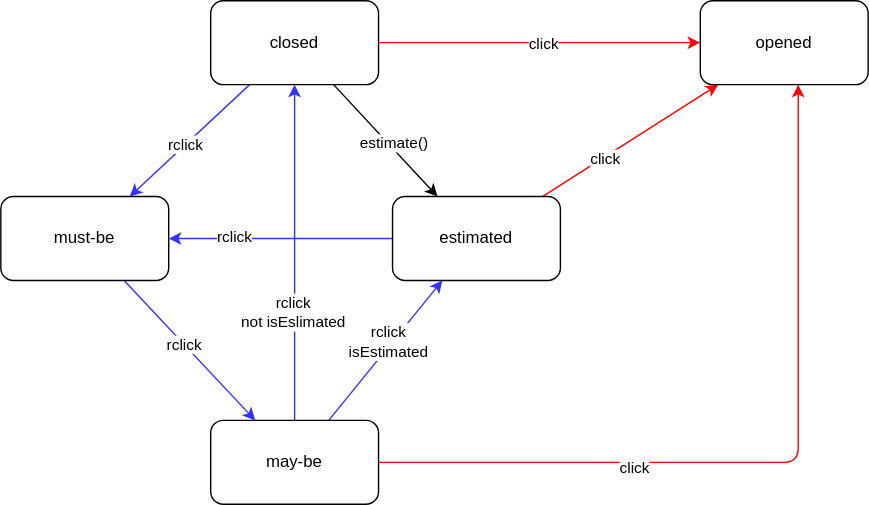
Earlier version of the draw.io export app/parts/mine.memo.drawio.svg (kazumatu981/minesweeper). Source tidied: cells renumbered, new cells last; positions are measured from the earlier drawing's top-left corner, leaving out a move shared by most shapes.
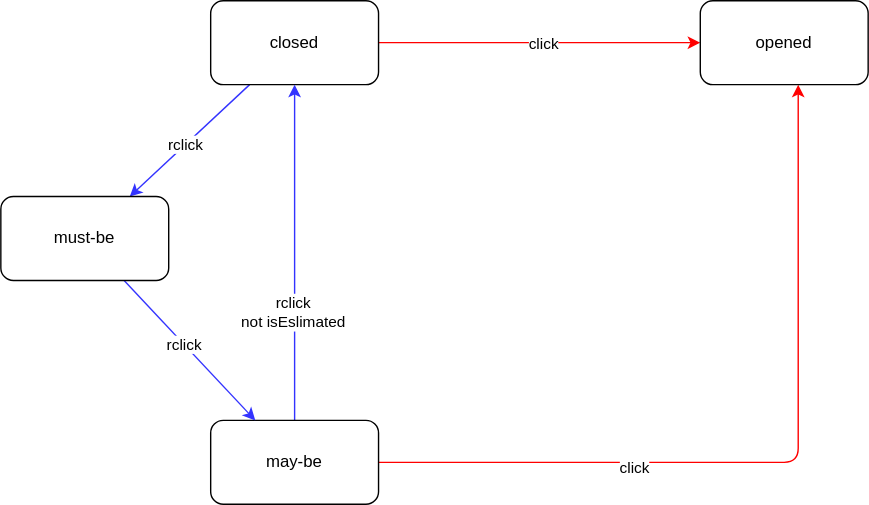
The same diagram one commit later.

Change to the diagram source:
```diff
@@ -8,12 +8,6 @@
     <mxCell id="3" value="rclick" style="edgeLabel;html=1;align=center;verticalAlign=middle;" parent="2" vertex="1">
       <mxGeometry x="0.07" relative="1" as="geometry" />
     </mxCell>
-    <mxCell id="4" style="edgeStyle=none;html=1;" parent="1" edge="1" source="8" target="23">
-      <mxGeometry relative="1" as="geometry" />
-    </mxCell>
-    <mxCell id="5" value="estimate()" style="edgeLabel;html=1;align=center;verticalAlign=middle;" parent="4" vertex="1">
-      <mxGeometry x="0.09" y="3" relative="1" as="geometry" />
-    </mxCell>
     <mxCell id="6" style="edgeStyle=none;html=1;strokeColor=#FF0000;" parent="1" edge="1" source="8" target="24">
       <mxGeometry relative="1" as="geometry" />
     </mxCell>
@@ -29,12 +23,6 @@
     <mxCell id="10" value="&lt;div&gt;rclick&lt;br&gt;not isEslimated&lt;/div&gt;" style="edgeLabel;html=1;align=center;verticalAlign=middle;" parent="9" vertex="1">
       <mxGeometry x="-0.35" y="2" relative="1" as="geometry" />
     </mxCell>
-    <mxCell id="11" style="edgeStyle=none;html=1;strokeColor=#3333FF;" parent="1" edge="1" source="15" target="23">
-      <mxGeometry relative="1" as="geometry" />
-    </mxCell>
-    <mxCell id="12" value="&lt;div&gt;rclick&lt;/div&gt;isEstimated" style="edgeLabel;html=1;align=center;verticalAlign=middle;" parent="11" vertex="1">
-      <mxGeometry x="0.11" y="3" relative="1" as="geometry" />
-    </mxCell>
     <mxCell id="13" style="edgeStyle=elbowEdgeStyle;html=1;strokeColor=#FF0000;" parent="1" edge="1" source="15" target="24">
       <mxGeometry relative="1" as="geometry">
         <Array as="points">
@@ -57,21 +45,6 @@
     <mxCell id="18" value="must-be" style="rounded=1;whiteSpace=wrap;html=1;" parent="1" vertex="1">
       <mxGeometry y="140" width="120" height="60" as="geometry" />
     </mxCell>
-    <mxCell id="19" style="edgeStyle=none;html=1;strokeColor=#3333FF;" parent="1" edge="1" source="23" target="18">
-      <mxGeometry relative="1" as="geometry" />
-    </mxCell>
-    <mxCell id="20" value="rclick" style="edgeLabel;html=1;align=center;verticalAlign=middle;" parent="19" vertex="1">
-      <mxGeometry x="0.42" y="-2" relative="1" as="geometry" />
-    </mxCell>
-    <mxCell id="21" style="edgeStyle=none;html=1;strokeColor=#FF0000;" parent="1" edge="1" source="23" target="24">
-      <mxGeometry relative="1" as="geometry" />
-    </mxCell>
-    <mxCell id="22" value="click" style="edgeLabel;html=1;align=center;verticalAlign=middle;" parent="21" vertex="1">
-      <mxGeometry x="-0.31" y="-1" relative="1" as="geometry" />
-    </mxCell>
-    <mxCell id="23" value="estimated" style="rounded=1;whiteSpace=wrap;html=1;" parent="1" vertex="1">
-      <mxGeometry x="280" y="140" width="120" height="60" as="geometry" />
-    </mxCell>
     <mxCell id="24" value="opened" style="rounded=1;whiteSpace=wrap;html=1;" parent="1" vertex="1">
       <mxGeometry x="500" width="120" height="60" as="geometry" />
     </mxCell>
```
